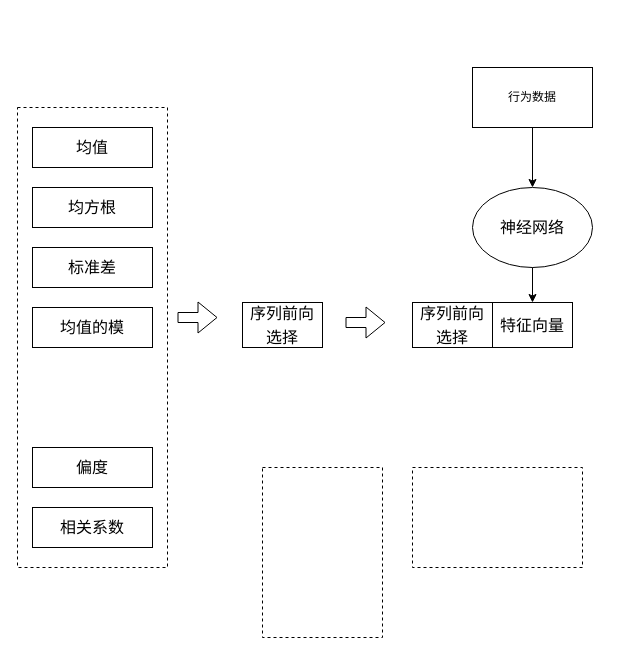
ByronGe/ff keeps this draw.io diagram as 特征选择示意图.drawio. Above is the earlier version. Source tidied: cells renumbered, new cells numbered last; positions are measured from the earlier drawing's top-left corner, leaving out a move shared by most shapes. Both pictures are drawn from the tidied source at 100%, with x=0, y=0 at pixel (17, 67).
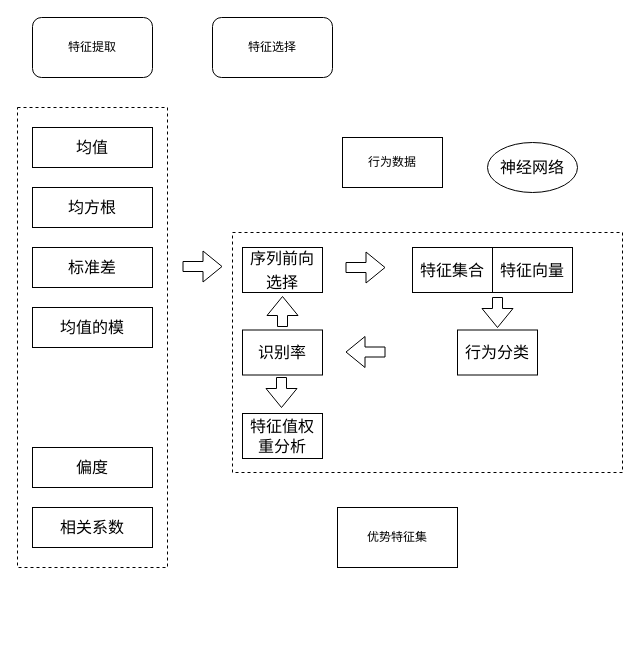
After the change.

Commit message:
Update 特征选择示意图.drawio

Change to the diagram source:
```diff
@@
+    <mxCell id="20" style="shape=flexArrow;endArrow=classic;html=1;" parent="1" edge="1">
+      <mxGeometry relative="1" as="geometry">
+        <mxPoint x="480" y="229.5" as="sourcePoint" />
+        <mxPoint x="480" y="260.5" as="targetPoint" />
+      </mxGeometry>
+    </mxCell>
@@
     <mxCell id="5" value="&lt;span style=&quot;font-size: 12pt ; line-height: 150%&quot;&gt;序列前向选择&lt;/span&gt;" style="rounded=0;whiteSpace=wrap;html=1;fontSize=16;" parent="1" vertex="1">
-      <mxGeometry x="225" y="235" width="80" height="45" as="geometry" />
+      <mxGeometry x="225" y="180" width="80" height="45" as="geometry" />
     </mxCell>
@@
-    <mxCell id="10" style="rounded=0;whiteSpace=wrap;html=1;dashed=1;fillColor=none;fontSize=16;" parent="1" vertex="1">
-      <mxGeometry x="245" y="400" width="120" height="170" as="geometry" />
-    </mxCell>
-    <mxCell id="11" style="rounded=0;whiteSpace=wrap;html=1;dashed=1;fillColor=none;fontSize=16;" parent="1" vertex="1">
-      <mxGeometry x="395" y="400" width="170" height="100" as="geometry" />
-    </mxCell>
-    <mxCell id="12" style="edgeStyle=orthogonalEdgeStyle;rounded=0;jettySize=auto;html=1;" parent="1" edge="1" source="13" target="19">
-      <mxGeometry relative="1" as="geometry" />
-    </mxCell>
     <mxCell id="13" value="神经网络" style="ellipse;whiteSpace=wrap;html=1;fillColor=none;fontSize=16;" parent="1" vertex="1">
-      <mxGeometry x="455" y="120" width="120" height="80" as="geometry" />
+      <mxGeometry x="470" y="75" width="90" height="50" as="geometry" />
     </mxCell>
     <mxCell id="14" style="shape=flexArrow;endArrow=classic;html=1;" parent="1" edge="1">
       <mxGeometry relative="1" as="geometry">
-        <mxPoint x="160" y="250" as="sourcePoint" />
-        <mxPoint x="200" y="250" as="targetPoint" />
+        <mxPoint x="165" y="199" as="sourcePoint" />
+        <mxPoint x="205" y="199" as="targetPoint" />
       </mxGeometry>
     </mxCell>
     <mxCell id="15" style="shape=flexArrow;endArrow=classic;html=1;" parent="1" edge="1">
       <mxGeometry relative="1" as="geometry">
-        <mxPoint x="328" y="255" as="sourcePoint" />
-        <mxPoint x="368" y="255" as="targetPoint" />
+        <mxPoint x="328" y="200" as="sourcePoint" />
+        <mxPoint x="368" y="200" as="targetPoint" />
       </mxGeometry>
     </mxCell>
-    <mxCell id="16" value="&lt;span style=&quot;font-size: 12pt ; line-height: 150%&quot;&gt;序列前向选择&lt;/span&gt;" style="rounded=0;whiteSpace=wrap;html=1;fontSize=16;" parent="1" vertex="1">
-      <mxGeometry x="395" y="235" width="80" height="45" as="geometry" />
+    <mxCell id="16" value="&lt;span style=&quot;font-size: 12pt ; line-height: 150%&quot;&gt;特征集合&lt;/span&gt;" style="rounded=0;whiteSpace=wrap;html=1;fontSize=16;" parent="1" vertex="1">
+      <mxGeometry x="395" y="180" width="80" height="45" as="geometry" />
     </mxCell>
-    <mxCell id="17" style="edgeStyle=orthogonalEdgeStyle;rounded=0;jettySize=auto;html=1;" parent="1" edge="1" source="18" target="13">
-      <mxGeometry relative="1" as="geometry" />
-    </mxCell>
     <mxCell id="18" value="行为数据" style="rounded=0;whiteSpace=wrap;html=1;" parent="1" vertex="1">
-      <mxGeometry x="455" width="120" height="60" as="geometry" />
+      <mxGeometry x="325" y="70" width="100" height="50" as="geometry" />
     </mxCell>
     <mxCell id="19" value="特征向量" style="rounded=0;whiteSpace=wrap;html=1;fontSize=16;" parent="1" vertex="1">
-      <mxGeometry x="475" y="235" width="80" height="45" as="geometry" />
+      <mxGeometry x="475" y="180" width="80" height="45" as="geometry" />
     </mxCell>
+    <mxCell id="21" value="行为分类" style="rounded=0;whiteSpace=wrap;html=1;fontSize=16;" parent="1" vertex="1">
+      <mxGeometry x="440" y="262.5" width="80" height="45" as="geometry" />
+    </mxCell>
+    <mxCell id="22" value="特征提取" style="rounded=1;whiteSpace=wrap;html=1;" parent="1" vertex="1">
+      <mxGeometry x="15" y="-50" width="120" height="60" as="geometry" />
+    </mxCell>
+    <mxCell id="23" value="特征选择" style="rounded=1;whiteSpace=wrap;html=1;" parent="1" vertex="1">
+      <mxGeometry x="195" y="-50" width="120" height="60" as="geometry" />
+    </mxCell>
+    <mxCell id="24" style="shape=flexArrow;endArrow=classic;html=1;" parent="1" edge="1">
+      <mxGeometry relative="1" as="geometry">
+        <mxPoint x="368" y="284.5" as="sourcePoint" />
+        <mxPoint x="328" y="284.5" as="targetPoint" />
+      </mxGeometry>
+    </mxCell>
+    <mxCell id="25" value="识别率" style="rounded=0;whiteSpace=wrap;html=1;fontSize=16;" parent="1" vertex="1">
+      <mxGeometry x="225" y="262.5" width="80" height="45" as="geometry" />
+    </mxCell>
+    <mxCell id="26" style="shape=flexArrow;endArrow=classic;html=1;" parent="1" edge="1">
+      <mxGeometry relative="1" as="geometry">
+        <mxPoint x="265" y="259.5" as="sourcePoint" />
+        <mxPoint x="265" y="228.5" as="targetPoint" />
+      </mxGeometry>
+    </mxCell>
+    <mxCell id="27" style="rounded=0;whiteSpace=wrap;html=1;dashed=1;fillColor=none;" parent="1" vertex="1">
+      <mxGeometry x="215" y="165" width="390" height="240" as="geometry" />
+    </mxCell>
+    <mxCell id="28" value="优势特征集" style="rounded=0;whiteSpace=wrap;html=1;fillColor=none;" parent="1" vertex="1">
+      <mxGeometry x="320" y="440" width="120" height="60" as="geometry" />
+    </mxCell>
+    <mxCell id="29" style="shape=flexArrow;endArrow=classic;html=1;" parent="1" edge="1">
+      <mxGeometry relative="1" as="geometry">
+        <mxPoint x="264" y="309.5" as="sourcePoint" />
+        <mxPoint x="264" y="340.5" as="targetPoint" />
+      </mxGeometry>
+    </mxCell>
+    <mxCell id="30" value="特征值权重分析" style="rounded=0;whiteSpace=wrap;html=1;fontSize=16;" parent="1" vertex="1">
+      <mxGeometry x="225" y="346" width="80" height="45" as="geometry" />
+    </mxCell>
```
